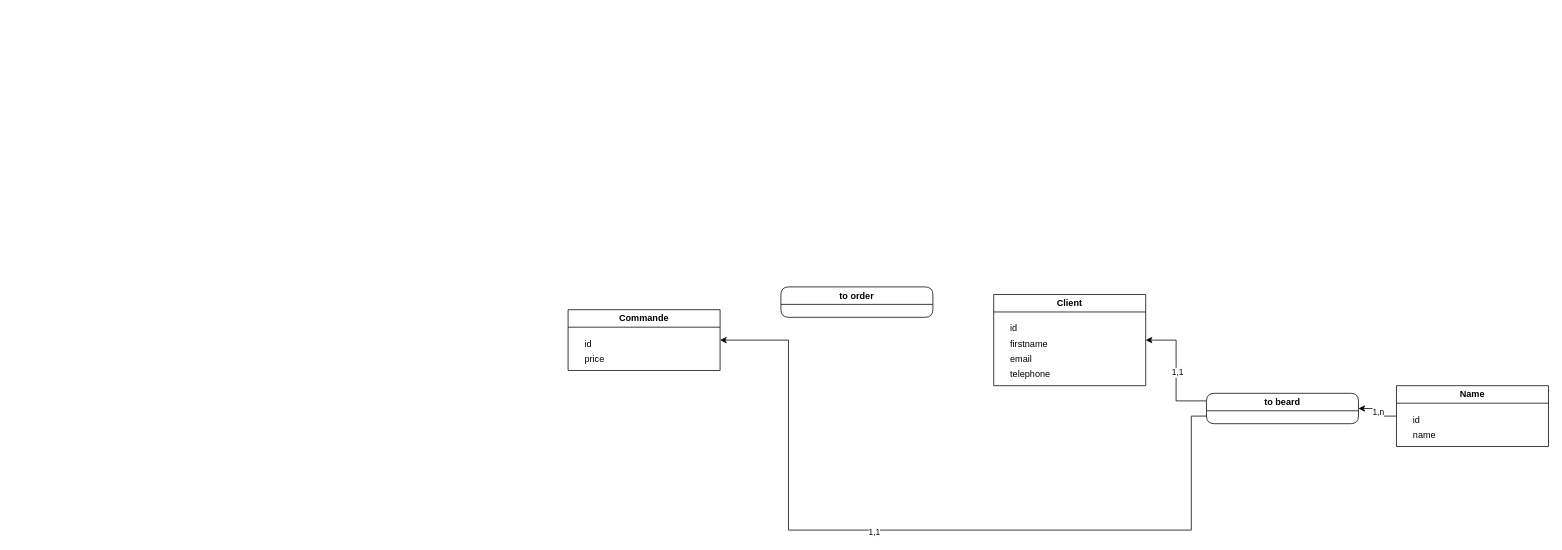
Above: test.drawio in Aloeverras/mcd_destock (draw.io), before the change. Source tidied: cells renumbered, new cells numbered last; positions are measured from the earlier drawing's top-left corner, leaving out a move shared by most shapes. Both pictures are drawn from the tidied source at 76%, with x=0, y=0 at pixel (568, 287).
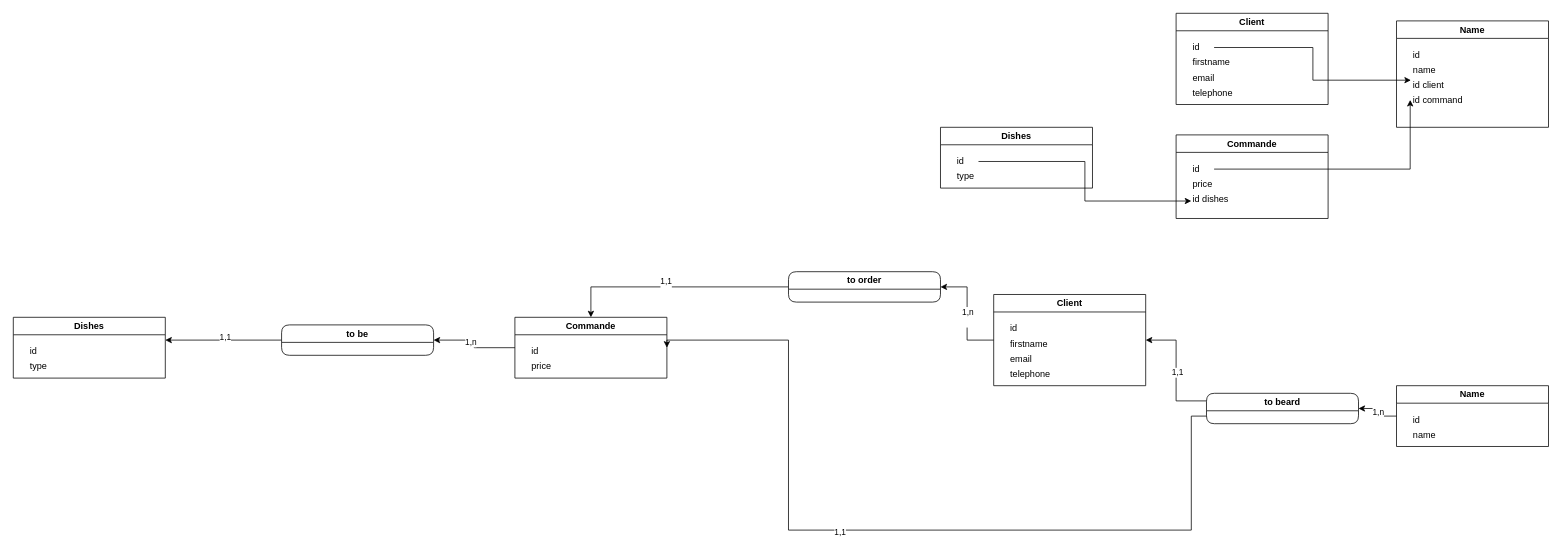
The same diagram, later.

Commit message (it also covers changes not shown here):
Mettre à jour test.drawio

Unchanged cells that the change refers to:
```xml
<mxCell id="12" value="Client" style="swimlane;whiteSpace=wrap;html=1;" parent="1" vertex="1">
  <mxGeometry x="560" y="10" width="200" height="120" as="geometry" />
</mxCell>
```

Diff of the diagram source:
```diff
@@
+    <mxCell id="21" style="edgeStyle=orthogonalEdgeStyle;rounded=0;jettySize=auto;html=1;exitX=0;exitY=0.5;exitDx=0;exitDy=0;entryX=1;entryY=0.5;entryDx=0;entryDy=0;" parent="1" edge="1" source="12" target="20">
+      <mxGeometry relative="1" as="geometry" />
+    </mxCell>
+    <mxCell id="22" value="1,n&lt;div&gt;&lt;br&gt;&lt;/div&gt;" style="edgeLabel;html=1;align=center;verticalAlign=middle;" parent="21" vertex="1">
+      <mxGeometry x="-0.06" relative="1" as="geometry" />
+    </mxCell>
@@
+    <mxCell id="23" style="edgeStyle=orthogonalEdgeStyle;rounded=0;jettySize=auto;html=1;exitX=0;exitY=0.5;exitDx=0;exitDy=0;entryX=1;entryY=0.5;entryDx=0;entryDy=0;" parent="1" edge="1" source="17" target="29">
+      <mxGeometry relative="1" as="geometry" />
+    </mxCell>
+    <mxCell id="24" value="1,n" style="edgeLabel;html=1;align=center;verticalAlign=middle;" parent="23" vertex="1">
+      <mxGeometry x="0.18" y="2" relative="1" as="geometry" />
+    </mxCell>
     <mxCell id="17" value="Commande" style="swimlane;whiteSpace=wrap;html=1;startSize=23;" parent="1" vertex="1">
-      <mxGeometry y="30" width="200" height="80" as="geometry" />
+      <mxGeometry x="-70" y="40" width="200" height="80" as="geometry" />
     </mxCell>
@@
+    <mxCell id="25" style="edgeStyle=orthogonalEdgeStyle;rounded=0;jettySize=auto;html=1;exitX=0;exitY=0.5;exitDx=0;exitDy=0;entryX=0.5;entryY=0;entryDx=0;entryDy=0;" parent="1" edge="1" source="20" target="17">
+      <mxGeometry relative="1" as="geometry" />
+    </mxCell>
+    <mxCell id="26" value="1,1&lt;div&gt;&lt;br&gt;&lt;/div&gt;" style="edgeLabel;html=1;align=center;verticalAlign=middle;" parent="25" vertex="1">
+      <mxGeometry x="0.08" y="-1" relative="1" as="geometry" />
+    </mxCell>
     <mxCell id="20" value="to order" style="swimlane;whiteSpace=wrap;html=1;rounded=1;" parent="1" vertex="1">
-      <mxGeometry x="280" width="200" height="40" as="geometry" />
+      <mxGeometry x="290" y="-20" width="200" height="40" as="geometry" />
     </mxCell>
+    <mxCell id="27" style="edgeStyle=orthogonalEdgeStyle;rounded=0;jettySize=auto;html=1;exitX=0;exitY=0.5;exitDx=0;exitDy=0;" parent="1" edge="1" source="29">
+      <mxGeometry relative="1" as="geometry">
+        <mxPoint x="-530" y="70" as="targetPoint" />
+      </mxGeometry>
+    </mxCell>
+    <mxCell id="28" value="1,1" style="edgeLabel;html=1;align=center;verticalAlign=middle;" parent="27" vertex="1">
+      <mxGeometry x="-0.02" y="-3" relative="1" as="geometry">
+        <mxPoint y="-1" as="offset" />
+      </mxGeometry>
+    </mxCell>
+    <mxCell id="29" value="to be" style="swimlane;whiteSpace=wrap;html=1;rounded=1;" parent="1" vertex="1">
+      <mxGeometry x="-377" y="50" width="200" height="40" as="geometry" />
+    </mxCell>
+    <mxCell id="30" value="Dishes" style="swimlane;whiteSpace=wrap;html=1;startSize=23;" parent="1" vertex="1">
+      <mxGeometry x="-730" y="40" width="200" height="80" as="geometry" />
+    </mxCell>
+    <mxCell id="31" value="id" style="text;html=1;align=left;verticalAlign=middle;strokeColor=none;fillColor=none;" parent="30" vertex="1">
+      <mxGeometry x="20" y="30" width="30" height="30" as="geometry" />
+    </mxCell>
+    <mxCell id="32" value="type" style="text;html=1;align=left;verticalAlign=middle;strokeColor=none;fillColor=none;" parent="30" vertex="1">
+      <mxGeometry x="20" y="50" width="50" height="30" as="geometry" />
+    </mxCell>
+    <mxCell id="33" value="Name" style="swimlane;whiteSpace=wrap;html=1;" parent="1" vertex="1">
+      <mxGeometry x="1090" y="-350" width="200" height="140" as="geometry" />
+    </mxCell>
+    <mxCell id="34" value="id" style="text;html=1;align=left;verticalAlign=middle;strokeColor=none;fillColor=none;" parent="33" vertex="1">
+      <mxGeometry x="20" y="30" width="30" height="30" as="geometry" />
+    </mxCell>
+    <mxCell id="35" value="name" style="text;html=1;align=left;verticalAlign=middle;strokeColor=none;fillColor=none;" parent="33" vertex="1">
+      <mxGeometry x="20" y="50" width="50" height="30" as="geometry" />
+    </mxCell>
+    <mxCell id="36" value="id client" style="text;html=1;align=left;verticalAlign=middle;points=[];strokeColor=none;fillColor=none;" parent="33" vertex="1">
+      <mxGeometry x="20" y="70" width="60" height="30" as="geometry" />
+    </mxCell>
+    <mxCell id="37" value="id command" style="text;html=1;align=left;verticalAlign=middle;points=[];strokeColor=none;fillColor=none;" parent="33" vertex="1">
+      <mxGeometry x="20" y="90" width="90" height="30" as="geometry" />
+    </mxCell>
+    <mxCell id="38" value="Client" style="swimlane;whiteSpace=wrap;html=1;" parent="1" vertex="1">
+      <mxGeometry x="800" y="-360" width="200" height="120" as="geometry" />
+    </mxCell>
+    <mxCell id="39" value="id" style="text;html=1;align=left;verticalAlign=middle;points=[];strokeColor=none;fillColor=none;" parent="38" vertex="1">
+      <mxGeometry x="20" y="30" width="30" height="30" as="geometry" />
+    </mxCell>
+    <mxCell id="40" value="firstname" style="text;html=1;align=left;verticalAlign=middle;strokeColor=none;fillColor=none;" parent="38" vertex="1">
+      <mxGeometry x="20" y="50" width="70" height="30" as="geometry" />
+    </mxCell>
+    <mxCell id="41" value="email" style="text;html=1;align=left;verticalAlign=middle;strokeColor=none;fillColor=none;" parent="38" vertex="1">
+      <mxGeometry x="20" y="70" width="50" height="30" as="geometry" />
+    </mxCell>
+    <mxCell id="42" value="telephone" style="text;html=1;align=left;verticalAlign=middle;strokeColor=none;fillColor=none;" parent="38" vertex="1">
+      <mxGeometry x="20" y="90" width="80" height="30" as="geometry" />
+    </mxCell>
+    <mxCell id="43" style="edgeStyle=orthogonalEdgeStyle;rounded=0;jettySize=auto;html=1;entryX=-0.017;entryY=0.267;entryDx=0;entryDy=0;entryPerimeter=0;" parent="1" edge="1" source="39" target="36">
+      <mxGeometry relative="1" as="geometry" />
+    </mxCell>
+    <mxCell id="44" value="Commande" style="swimlane;whiteSpace=wrap;html=1;startSize=23;" parent="1" vertex="1">
+      <mxGeometry x="800" y="-200" width="200" height="110" as="geometry" />
+    </mxCell>
+    <mxCell id="45" value="id" style="text;html=1;align=left;verticalAlign=middle;points=[];strokeColor=none;fillColor=none;" parent="44" vertex="1">
+      <mxGeometry x="20" y="30" width="30" height="30" as="geometry" />
+    </mxCell>
+    <mxCell id="46" value="price" style="text;html=1;align=left;verticalAlign=middle;strokeColor=none;fillColor=none;" parent="44" vertex="1">
+      <mxGeometry x="20" y="50" width="50" height="30" as="geometry" />
+    </mxCell>
+    <mxCell id="47" value="id dishes" style="text;html=1;align=left;verticalAlign=middle;points=[];strokeColor=none;fillColor=none;" parent="44" vertex="1">
+      <mxGeometry x="20" y="70" width="70" height="30" as="geometry" />
+    </mxCell>
+    <mxCell id="48" style="edgeStyle=orthogonalEdgeStyle;rounded=0;jettySize=auto;html=1;entryX=-0.022;entryY=0.467;entryDx=0;entryDy=0;entryPerimeter=0;" parent="1" edge="1" source="45" target="37">
+      <mxGeometry relative="1" as="geometry" />
+    </mxCell>
+    <mxCell id="49" value="Dishes" style="swimlane;whiteSpace=wrap;html=1;startSize=23;" parent="1" vertex="1">
+      <mxGeometry x="490" y="-210" width="200" height="80" as="geometry" />
+    </mxCell>
+    <mxCell id="50" value="id" style="text;html=1;align=left;verticalAlign=middle;points=[];strokeColor=none;fillColor=none;" parent="49" vertex="1">
+      <mxGeometry x="20" y="30" width="30" height="30" as="geometry" />
+    </mxCell>
+    <mxCell id="51" value="type" style="text;html=1;align=left;verticalAlign=middle;strokeColor=none;fillColor=none;" parent="49" vertex="1">
+      <mxGeometry x="20" y="50" width="50" height="30" as="geometry" />
+    </mxCell>
+    <mxCell id="52" style="edgeStyle=orthogonalEdgeStyle;rounded=0;jettySize=auto;html=1;entryX=0;entryY=0.567;entryDx=0;entryDy=0;entryPerimeter=0;" parent="1" edge="1" source="50" target="47">
+      <mxGeometry relative="1" as="geometry" />
+    </mxCell>
```
